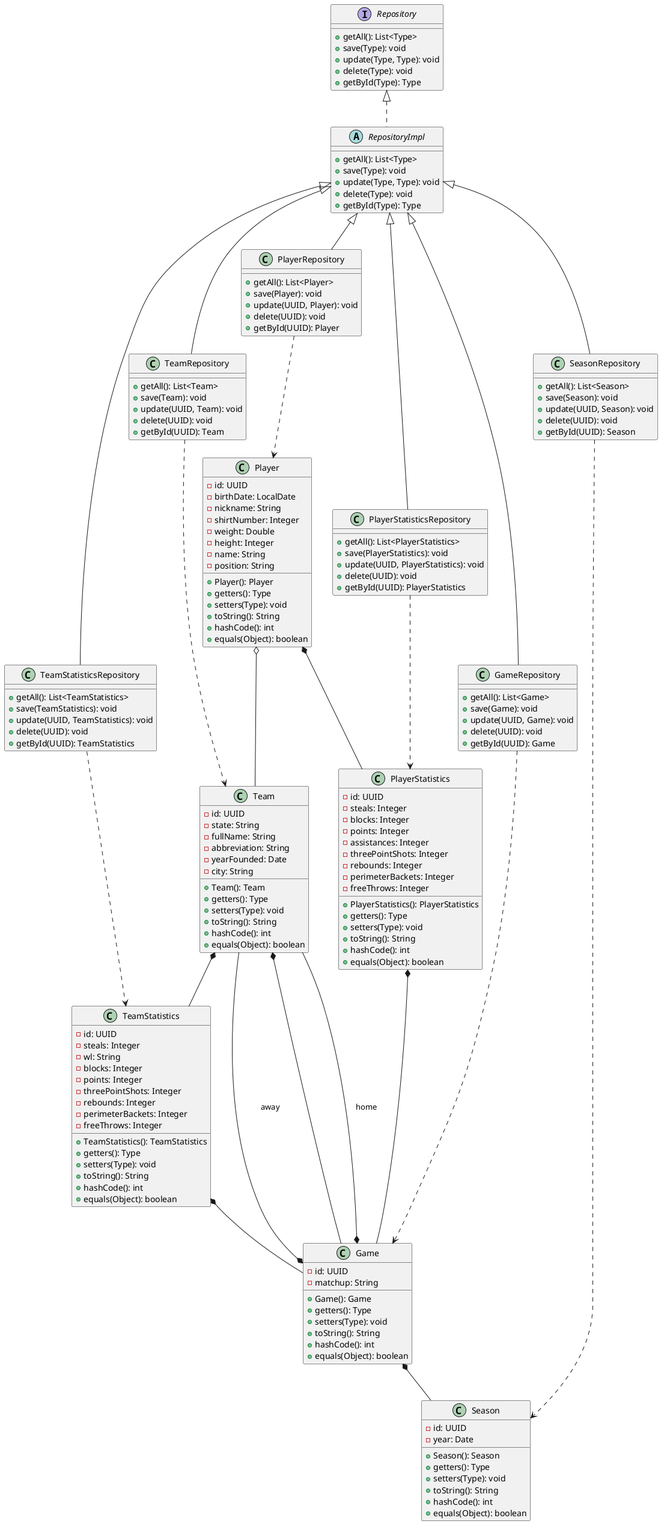
Earlier version of the PlantUML export aps/diagrams/classe/model.png (Pedro-H-Gregorio/NBA_api). The source it was exported from:
```plantuml
@startuml
class Player {
    - id: UUID
    - birthDate: LocalDate
    - nickname: String
    - shirtNumber: Integer
    - weight: Double
    - height: Integer
    - name: String
    - position: String

    + Player(): Player
    + getters(): Type
    + setters(Type): void
    + toString(): String
    + hashCode(): int
    + equals(Object): boolean
}

class Team {
    - id: UUID
    - state: String
    - fullName: String
    - abbreviation: String
    - yearFounded: Date
    - city: String

    + Team(): Team
    + getters(): Type
    + setters(Type): void
    + toString(): String
    + hashCode(): int
    + equals(Object): boolean
}

class Game {
    - id: UUID
    - matchup: String

    + Game(): Game
    + getters(): Type
    + setters(Type): void
    + toString(): String
    + hashCode(): int
    + equals(Object): boolean
}

class Season {
    - id: UUID
    - year: Date

    + Season(): Season
    + getters(): Type
    + setters(Type): void
    + toString(): String
    + hashCode(): int
    + equals(Object): boolean
}

class PlayerStatistics {
    - id: UUID
    - steals: Integer
    - blocks: Integer
    - points: Integer
    - assistances: Integer
    - threePointShots: Integer
    - rebounds: Integer
    - perimeterBackets: Integer
    - freeThrows: Integer

    + PlayerStatistics(): PlayerStatistics
    + getters(): Type
    + setters(Type): void
    + toString(): String
    + hashCode(): int
    + equals(Object): boolean
}

class TeamStatistics {
    - id: UUID
    - steals: Integer
    - wl: String
    - blocks: Integer
    - points: Integer
    - threePointShots: Integer
    - rebounds: Integer
    - perimeterBackets: Integer
    - freeThrows: Integer

    + TeamStatistics(): TeamStatistics
    + getters(): Type
    + setters(Type): void
    + toString(): String
    + hashCode(): int
    + equals(Object): boolean
}

interface Repository {
    + getAll(): List<Type>
    + save(Type): void
    + update(Type, Type): void
    + delete(Type): void
    + getById(Type): Type
}

abstract RepositoryImpl {
    + getAll(): List<Type>
    + save(Type): void
    + update(Type, Type): void
    + delete(Type): void
    + getById(Type): Type
}

class PlayerRepository {
    + getAll(): List<Player>
    + save(Player): void
    + update(UUID, Player): void
    + delete(UUID): void
    + getById(UUID): Player
}

class TeamRepository {
    + getAll(): List<Team>
    + save(Team): void
    + update(UUID, Team): void
    + delete(UUID): void
    + getById(UUID): Team
}

class GameRepository {
    + getAll(): List<Game>
    + save(Game): void
    + update(UUID, Game): void
    + delete(UUID): void
    + getById(UUID): Game
}

class SeasonRepository {
    + getAll(): List<Season>
    + save(Season): void
    + update(UUID, Season): void
    + delete(UUID): void
    + getById(UUID): Season
}

class PlayerStatisticsRepository {
    + getAll(): List<PlayerStatistics>
    + save(PlayerStatistics): void
    + update(UUID, PlayerStatistics): void
    + delete(UUID): void
    + getById(UUID): PlayerStatistics
}

class TeamStatisticsRepository {
    + getAll(): List<TeamStatistics>
    + save(TeamStatistics): void
    + update(UUID, TeamStatistics): void
    + delete(UUID): void
    + getById(UUID): TeamStatistics
}


Repository <|.. RepositoryImpl
RepositoryImpl <|-- PlayerRepository
RepositoryImpl <|-- TeamRepository
RepositoryImpl <|-- GameRepository
RepositoryImpl <|-- SeasonRepository
RepositoryImpl <|-- PlayerStatisticsRepository
RepositoryImpl <|-- TeamStatisticsRepository

PlayerRepository ..> Player
TeamRepository ..> Team
GameRepository ..> Game
SeasonRepository ..> Season
PlayerStatisticsRepository ..> PlayerStatistics
TeamStatisticsRepository ..> TeamStatistics

Team *-- TeamStatistics
Team *-- Game
Player o-- Team
Player *-- PlayerStatistics
PlayerStatistics *-- Game
TeamStatistics *-- Game
Game *-- Team : home
Game *-- Team : away
Game *-- Season

@enduml
```
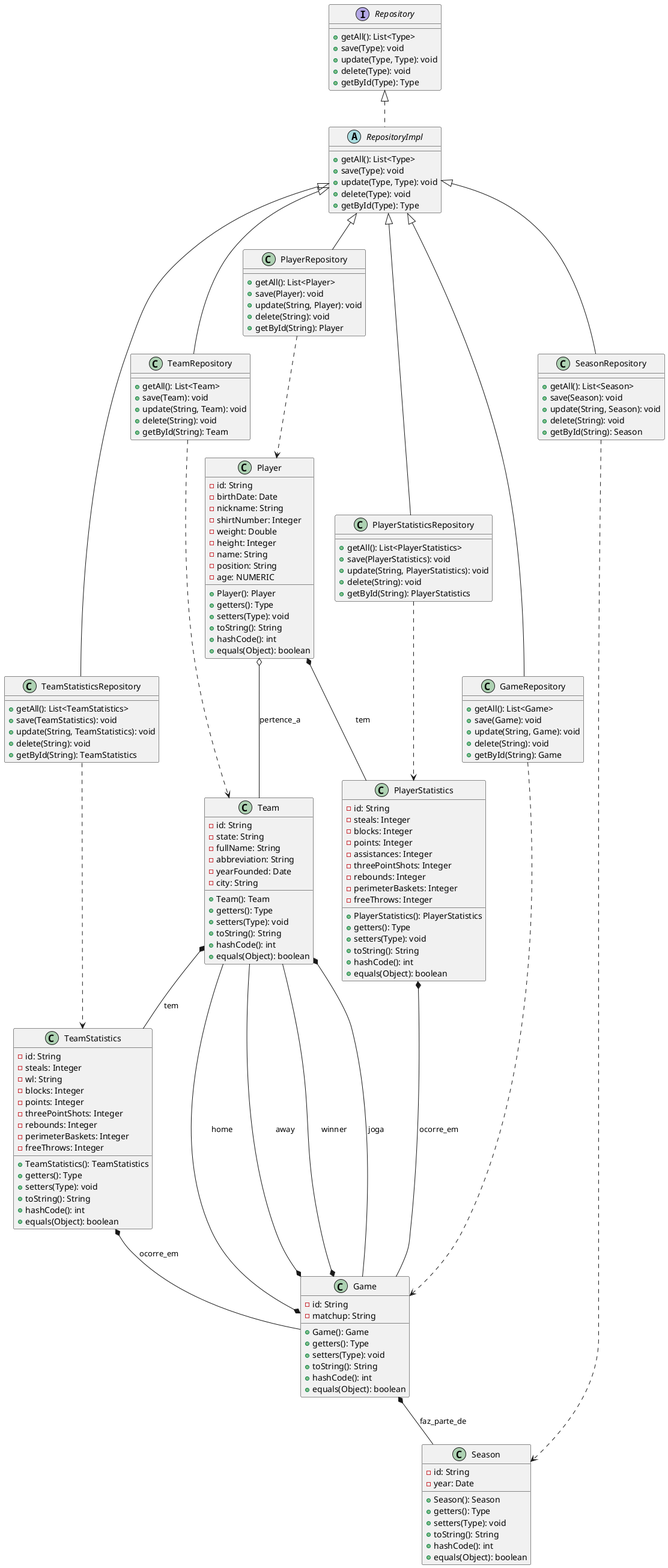
The same file after the commit.

Commit message:
att o diagrama de classe

The edit, as a diff of the source:
```diff
@@ -1,13 +1,14 @@
 @startuml
 class Player {
-    - id: UUID
-    - birthDate: LocalDate
+    - id: String
+    - birthDate: Date
     - nickname: String
     - shirtNumber: Integer
     - weight: Double
     - height: Integer
     - name: String
     - position: String
+    - age: NUMERIC
 
     + Player(): Player
     + getters(): Type
@@ -18,7 +19,7 @@
 }
 
 class Team {
-    - id: UUID
+    - id: String
     - state: String
     - fullName: String
     - abbreviation: String
@@ -34,7 +35,7 @@
 }
 
 class Game {
-    - id: UUID
+    - id: String
     - matchup: String
 
     + Game(): Game
@@ -46,7 +47,7 @@
 }
 
 class Season {
-    - id: UUID
+    - id: String
     - year: Date
 
     + Season(): Season
@@ -58,14 +59,14 @@
 }
 
 class PlayerStatistics {
-    - id: UUID
+    - id: String
     - steals: Integer
     - blocks: Integer
     - points: Integer
     - assistances: Integer
     - threePointShots: Integer
     - rebounds: Integer
-    - perimeterBackets: Integer
+    - perimeterBaskets: Integer
     - freeThrows: Integer
 
     + PlayerStatistics(): PlayerStatistics
@@ -77,14 +78,14 @@
 }
 
 class TeamStatistics {
-    - id: UUID
+    - id: String
     - steals: Integer
     - wl: String
     - blocks: Integer
     - points: Integer
     - threePointShots: Integer
     - rebounds: Integer
-    - perimeterBackets: Integer
+    - perimeterBaskets: Integer
     - freeThrows: Integer
 
     + TeamStatistics(): TeamStatistics
@@ -114,51 +115,50 @@
 class PlayerRepository {
     + getAll(): List<Player>
     + save(Player): void
-    + update(UUID, Player): void
-    + delete(UUID): void
-    + getById(UUID): Player
+    + update(String, Player): void
+    + delete(String): void
+    + getById(String): Player
 }
 
 class TeamRepository {
     + getAll(): List<Team>
     + save(Team): void
-    + update(UUID, Team): void
-    + delete(UUID): void
-    + getById(UUID): Team
+    + update(String, Team): void
+    + delete(String): void
+    + getById(String): Team
 }
 
 class GameRepository {
     + getAll(): List<Game>
     + save(Game): void
-    + update(UUID, Game): void
-    + delete(UUID): void
-    + getById(UUID): Game
+    + update(String, Game): void
+    + delete(String): void
+    + getById(String): Game
 }
 
 class SeasonRepository {
     + getAll(): List<Season>
     + save(Season): void
-    + update(UUID, Season): void
-    + delete(UUID): void
-    + getById(UUID): Season
+    + update(String, Season): void
+    + delete(String): void
+    + getById(String): Season
 }
 
 class PlayerStatisticsRepository {
     + getAll(): List<PlayerStatistics>
     + save(PlayerStatistics): void
-    + update(UUID, PlayerStatistics): void
-    + delete(UUID): void
-    + getById(UUID): PlayerStatistics
+    + update(String, PlayerStatistics): void
+    + delete(String): void
+    + getById(String): PlayerStatistics
 }
 
 class TeamStatisticsRepository {
     + getAll(): List<TeamStatistics>
     + save(TeamStatistics): void
-    + update(UUID, TeamStatistics): void
-    + delete(UUID): void
-    + getById(UUID): TeamStatistics
+    + update(String, TeamStatistics): void
+    + delete(String): void
+    + getById(String): TeamStatistics
 }
-
 
 Repository <|.. RepositoryImpl
 RepositoryImpl <|-- PlayerRepository
@@ -175,14 +175,14 @@
 PlayerStatisticsRepository ..> PlayerStatistics
 TeamStatisticsRepository ..> TeamStatistics
 
-Team *-- TeamStatistics
-Team *-- Game
-Player o-- Team
-Player *-- PlayerStatistics
-PlayerStatistics *-- Game
-TeamStatistics *-- Game
+Player o-- Team : pertence_a
+Team *-- TeamStatistics : tem
+Team *-- Game : joga
+Player *-- PlayerStatistics : tem
+PlayerStatistics *-- Game : ocorre_em
+TeamStatistics *-- Game : ocorre_em
 Game *-- Team : home
 Game *-- Team : away
-Game *-- Season
-
+Game *-- Team : winner
+Game *-- Season : faz_parte_de
 @enduml
```
